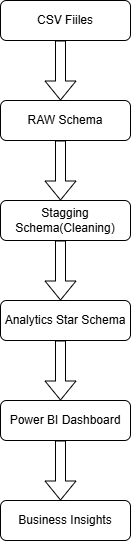
This is architecture/arcitechture_diagram.png from ParthaSB81/analytics-engineering-portfolio, a draw.io export, as it was before one commit. Source tidied: cells renumbered, new cells last; positions are measured from the earlier drawing's top-left corner, leaving out a move shared by most shapes. Source of this version:
```xml
<mxGraphModel>
  <root>
    <mxCell id="0" />
    <mxCell id="1" parent="0" />
    <mxCell id="2" value="CSV Fiiles" style="rounded=1;whiteSpace=wrap;html=1;" parent="1" vertex="1">
      <mxGeometry width="130" height="40" as="geometry" />
    </mxCell>
    <mxCell id="3" value="RAW Schema" style="rounded=1;whiteSpace=wrap;html=1;" parent="1" vertex="1">
      <mxGeometry y="100" width="130" height="40" as="geometry" />
    </mxCell>
    <mxCell id="4" value="Stagging Schema(Cleaning)" style="rounded=1;whiteSpace=wrap;html=1;" parent="1" vertex="1">
      <mxGeometry y="200" width="130" height="40" as="geometry" />
    </mxCell>
    <mxCell id="5" value="Analytics Star Schema" style="rounded=1;whiteSpace=wrap;html=1;" parent="1" vertex="1">
      <mxGeometry y="300" width="130" height="40" as="geometry" />
    </mxCell>
    <mxCell id="6" value="Power BI Dashboard" style="rounded=1;whiteSpace=wrap;html=1;" parent="1" vertex="1">
      <mxGeometry y="400" width="130" height="40" as="geometry" />
    </mxCell>
    <mxCell id="7" value="Business Insights" style="rounded=1;whiteSpace=wrap;html=1;" parent="1" vertex="1">
      <mxGeometry y="500" width="130" height="40" as="geometry" />
    </mxCell>
    <mxCell id="8" style="shape=flexArrow;endArrow=classic;html=1;rounded=0;" parent="1" edge="1">
      <mxGeometry relative="1" as="geometry">
        <mxPoint x="60" y="440" as="sourcePoint" />
        <mxPoint x="60" y="500" as="targetPoint" />
      </mxGeometry>
    </mxCell>
    <mxCell id="9" style="shape=flexArrow;endArrow=classic;html=1;rounded=0;" parent="1" edge="1">
      <mxGeometry relative="1" as="geometry">
        <mxPoint x="60" y="340" as="sourcePoint" />
        <mxPoint x="60" y="400" as="targetPoint" />
      </mxGeometry>
    </mxCell>
    <mxCell id="10" style="shape=flexArrow;endArrow=classic;html=1;rounded=0;" parent="1" edge="1">
      <mxGeometry relative="1" as="geometry">
        <mxPoint x="60" y="240" as="sourcePoint" />
        <mxPoint x="60" y="300" as="targetPoint" />
      </mxGeometry>
    </mxCell>
    <mxCell id="11" style="shape=flexArrow;endArrow=classic;html=1;rounded=0;" parent="1" edge="1">
      <mxGeometry relative="1" as="geometry">
        <mxPoint x="60" y="140" as="sourcePoint" />
        <mxPoint x="60" y="200" as="targetPoint" />
      </mxGeometry>
    </mxCell>
    <mxCell id="12" style="shape=flexArrow;endArrow=classic;html=1;rounded=0;" parent="1" edge="1">
      <mxGeometry relative="1" as="geometry">
        <mxPoint x="60" y="40" as="sourcePoint" />
        <mxPoint x="60" y="100" as="targetPoint" />
      </mxGeometry>
    </mxCell>
  </root>
</mxGraphModel>
```
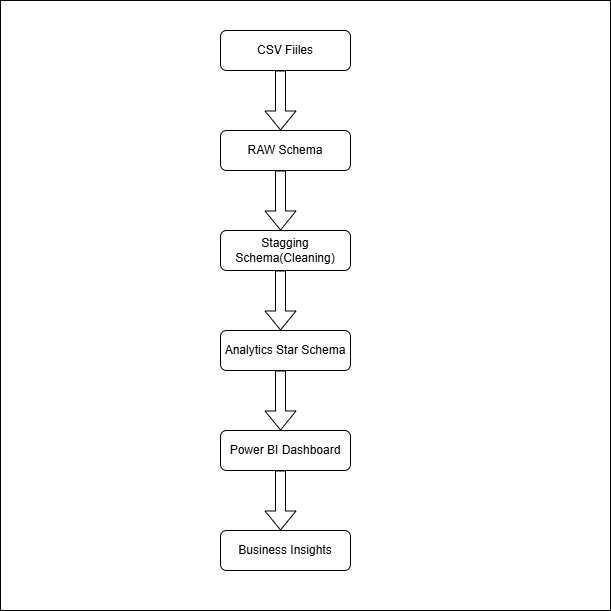
The same diagram one commit later.

Change to the diagram source:
```diff
@@ -2,6 +2,9 @@
   <root>
     <mxCell id="0" />
     <mxCell id="1" parent="0" />
+    <mxCell id="13" style="whiteSpace=wrap;html=1;fillColor=light-dark(#FFFFFF,#CCCCFF);" parent="1" vertex="1">
+      <mxGeometry x="-220" y="-30" width="610" height="610" as="geometry" />
+    </mxCell>
     <mxCell id="2" value="CSV Fiiles" style="rounded=1;whiteSpace=wrap;html=1;" parent="1" vertex="1">
       <mxGeometry width="130" height="40" as="geometry" />
     </mxCell>
```
